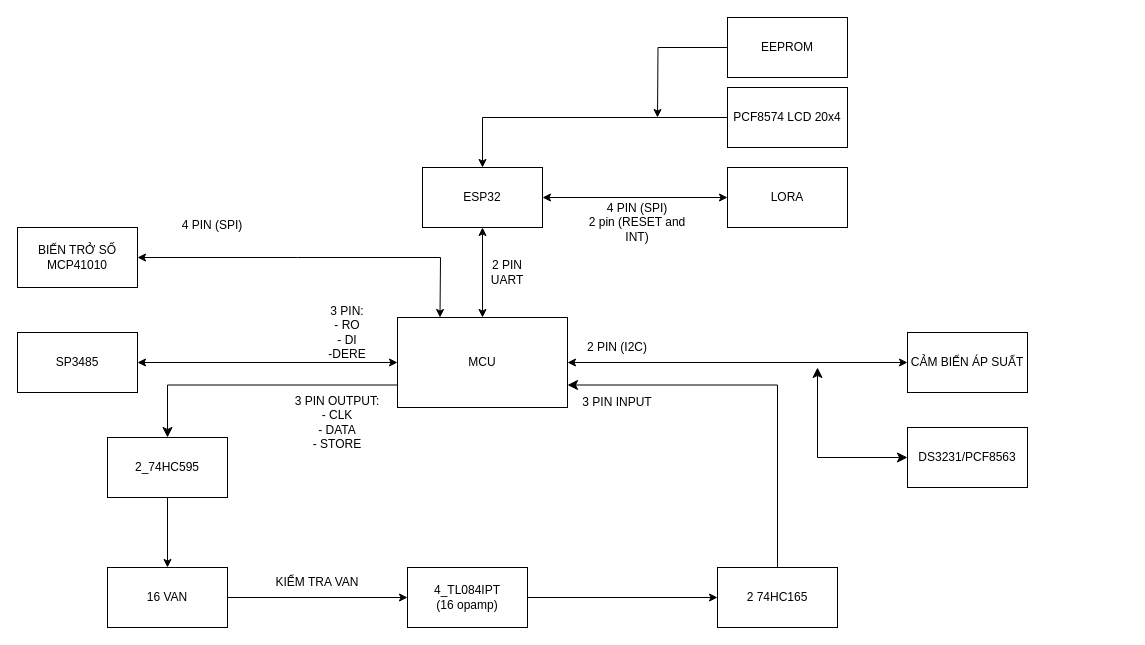
Before: page "Components and Pinout" (2 of 2) of Image/DongTamBlockDiagram.drawio in IoTVision/DongTamV2, a draw.io diagram. Source tidied: cells renumbered, new cells numbered last; positions are measured from the earlier drawing's top-left corner, leaving out a move shared by most shapes. Both pictures are drawn from the tidied source at 100%, with x=0, y=0 at pixel (17, 17).
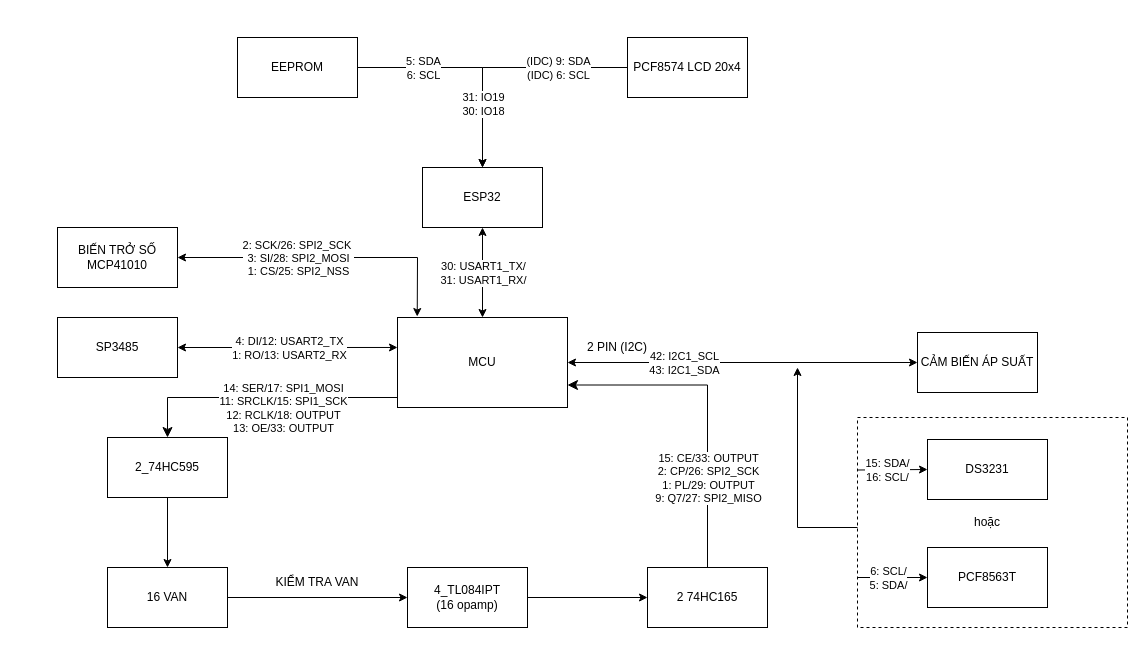
The same diagram, later.

Unchanged cells that the change refers to:
```xml
<mxCell id="2" value="MCU" style="rounded=0;whiteSpace=wrap;html=1;" parent="1" vertex="1">
  <mxGeometry x="380" y="300" width="170" height="90" as="geometry" />
</mxCell>
<mxCell id="4" value="2_74HC595" style="rounded=0;whiteSpace=wrap;html=1;" parent="1" vertex="1">
  <mxGeometry x="90" y="420" width="120" height="60" as="geometry" />
</mxCell>
<mxCell id="16" style="endArrow=classic;html=1;rounded=0;entryX=1;entryY=0.5;entryDx=0;entryDy=0;exitX=0;exitY=0.5;exitDx=0;exitDy=0;startArrow=classic;startFill=1;" parent="1" edge="1" source="15" target="2">
  <mxGeometry relative="1" as="geometry" />
</mxCell>
<mxCell id="26" value="ESP32" style="rounded=0;whiteSpace=wrap;html=1;" parent="1" vertex="1">
  <mxGeometry x="405" y="150" width="120" height="60" as="geometry" />
</mxCell>
<mxCell id="27" style="endArrow=classic;startArrow=classic;html=1;rounded=0;entryX=0.5;entryY=1;entryDx=0;entryDy=0;exitX=0.5;exitY=0;exitDx=0;exitDy=0;" parent="1" edge="1" source="2" target="26">
  <mxGeometry relative="1" as="geometry" />
</mxCell>
<mxCell id="32" style="edgeStyle=orthogonalEdgeStyle;rounded=0;jettySize=auto;html=1;exitX=0;exitY=0.5;exitDx=0;exitDy=0;entryX=0.5;entryY=0;entryDx=0;entryDy=0;" parent="1" edge="1" source="33" target="26">
  <mxGeometry relative="1" as="geometry" />
</mxCell>
```

Change to the diagram source:
```diff
@@
-    <mxCell id="6" style="edgeStyle=elbowEdgeStyle;elbow=horizontal;endArrow=classic;html=1;curved=0;rounded=0;endSize=8;startSize=8;exitX=0;exitY=0.75;exitDx=0;exitDy=0;entryX=0.5;entryY=0;entryDx=0;entryDy=0;" parent="1" edge="1" source="2" target="4">
+    <mxCell id="6" style="edgeStyle=elbowEdgeStyle;elbow=horizontal;endArrow=classic;html=1;curved=0;rounded=0;endSize=8;startSize=8;entryX=0.5;entryY=0;entryDx=0;entryDy=0;exitX=0;exitY=0.889;exitDx=0;exitDy=0;exitPerimeter=0;" parent="1" edge="1" source="2" target="4">
       <mxGeometry relative="1" as="geometry">
         <Array as="points">
           <mxPoint x="150" y="400" />
         </Array>
       </mxGeometry>
     </mxCell>
-    <mxCell id="7" value="3 PIN OUTPUT:&lt;br&gt;- CLK&lt;br&gt;- DATA&lt;br&gt;- STORE" style="text;html=1;strokeColor=none;fillColor=none;align=center;verticalAlign=middle;whiteSpace=wrap;rounded=0;" parent="1" vertex="1">
-      <mxGeometry x="260" y="370" width="120" height="70" as="geometry" />
-    </mxCell>
+    <mxCell id="36" value="14: SER/17: SPI1_MOSI&lt;br&gt;11: SRCLK/15: SPI1_SCK&lt;br&gt;12: RCLK/18: OUTPUT&lt;br&gt;13: OE/33: OUTPUT" style="edgeLabel;html=1;align=center;verticalAlign=middle;" parent="6" vertex="1">
+      <mxGeometry x="-0.15" relative="1" as="geometry">
+        <mxPoint y="10" as="offset" />
+      </mxGeometry>
+    </mxCell>
@@
     <mxCell id="11" value="2 74HC165" style="rounded=0;whiteSpace=wrap;html=1;" parent="1" vertex="1">
-      <mxGeometry x="700" y="550" width="120" height="60" as="geometry" />
+      <mxGeometry x="630" y="550" width="120" height="60" as="geometry" />
     </mxCell>
@@
     <mxCell id="13" style="edgeStyle=elbowEdgeStyle;elbow=horizontal;endArrow=classic;html=1;curved=0;rounded=0;endSize=8;startSize=8;entryX=1;entryY=0.75;entryDx=0;entryDy=0;exitX=0.5;exitY=0;exitDx=0;exitDy=0;" parent="1" edge="1" source="11" target="2">
       <mxGeometry relative="1" as="geometry">
         <Array as="points">
-          <mxPoint x="760" y="450" />
+          <mxPoint x="690" y="510" />
+          <mxPoint x="730" y="460" />
         </Array>
       </mxGeometry>
     </mxCell>
-    <mxCell id="14" value="3 PIN INPUT" style="text;html=1;strokeColor=none;fillColor=none;align=center;verticalAlign=middle;whiteSpace=wrap;rounded=0;" parent="1" vertex="1">
-      <mxGeometry x="560" y="370" width="80" height="30" as="geometry" />
-    </mxCell>
+    <mxCell id="37" value="15: CE/33: OUTPUT&lt;br&gt;2: CP/26: SPI2_SCK&lt;br&gt;1: PL/29: OUTPUT&lt;br&gt;9: Q7/27: SPI2_MISO" style="edgeLabel;html=1;align=center;verticalAlign=middle;" parent="13" vertex="1">
+      <mxGeometry x="-0.56" y="-1" relative="1" as="geometry">
+        <mxPoint x="-1" y="-19" as="offset" />
+      </mxGeometry>
+    </mxCell>
     <mxCell id="15" value="CẢM BIẾN ÁP SUẤT" style="rounded=0;whiteSpace=wrap;html=1;" parent="1" vertex="1">
-      <mxGeometry x="890" y="315" width="120" height="60" as="geometry" />
+      <mxGeometry x="900" y="315" width="120" height="60" as="geometry" />
     </mxCell>
@@
+    <mxCell id="38" value="42: I2C1_SCL&lt;br&gt;43: I2C1_SDA" style="edgeLabel;html=1;align=center;verticalAlign=middle;" parent="16" vertex="1">
+      <mxGeometry x="-0.26" y="-1" relative="1" as="geometry">
+        <mxPoint x="-104" y="1" as="offset" />
+      </mxGeometry>
+    </mxCell>
@@
-    <mxCell id="18" value="DS3231/PCF8563" style="rounded=0;whiteSpace=wrap;html=1;" parent="1" vertex="1">
-      <mxGeometry x="890" y="410" width="120" height="60" as="geometry" />
-    </mxCell>
-    <mxCell id="19" style="edgeStyle=elbowEdgeStyle;elbow=horizontal;endArrow=classic;html=1;curved=0;rounded=0;endSize=8;startSize=8;exitX=0;exitY=0.5;exitDx=0;exitDy=0;startArrow=classic;startFill=1;" parent="1" edge="1" source="18">
-      <mxGeometry relative="1" as="geometry">
-        <mxPoint x="800" y="350" as="targetPoint" />
-        <Array as="points">
-          <mxPoint x="800" y="390" />
-          <mxPoint x="830" y="400" />
-        </Array>
-      </mxGeometry>
-    </mxCell>
     <mxCell id="20" value="SP3485" style="rounded=0;whiteSpace=wrap;html=1;" parent="1" vertex="1">
-      <mxGeometry y="315" width="120" height="60" as="geometry" />
+      <mxGeometry x="40" y="300" width="120" height="60" as="geometry" />
     </mxCell>
-    <mxCell id="21" style="endArrow=classic;startArrow=classic;html=1;rounded=0;entryX=0;entryY=0.5;entryDx=0;entryDy=0;" parent="1" edge="1" source="20" target="2">
-      <mxGeometry relative="1" as="geometry" />
+    <mxCell id="21" style="endArrow=classic;startArrow=classic;html=1;rounded=0;entryX=0;entryY=0.333;entryDx=0;entryDy=0;entryPerimeter=0;" parent="1" edge="1" source="20" target="2">
+      <mxGeometry relative="1" as="geometry">
+        <Array as="points">
+          <mxPoint x="260" y="330" />
+        </Array>
+      </mxGeometry>
     </mxCell>
-    <mxCell id="22" value="3 PIN:&lt;br&gt;- RO&lt;br&gt;- DI&lt;br&gt;-DERE" style="text;html=1;strokeColor=none;fillColor=none;align=center;verticalAlign=middle;whiteSpace=wrap;rounded=0;" parent="1" vertex="1">
-      <mxGeometry x="270" y="290" width="120" height="50" as="geometry" />
-    </mxCell>
+    <mxCell id="39" value="4: DI/12: USART2_TX&lt;br&gt;1: RO/13: USART2_RX" style="edgeLabel;html=1;align=center;verticalAlign=middle;" parent="21" vertex="1">
+      <mxGeometry x="-0.52" y="-2" relative="1" as="geometry">
+        <mxPoint x="58" y="-2" as="offset" />
+      </mxGeometry>
+    </mxCell>
     <mxCell id="23" value="BIẾN TRỞ SỐ MCP41010" style="rounded=0;whiteSpace=wrap;html=1;" parent="1" vertex="1">
-      <mxGeometry y="210" width="120" height="60" as="geometry" />
+      <mxGeometry x="40" y="210" width="120" height="60" as="geometry" />
     </mxCell>
-    <mxCell id="24" style="endArrow=classic;startArrow=classic;html=1;rounded=0;exitX=1;exitY=0.5;exitDx=0;exitDy=0;entryX=0.25;entryY=0;entryDx=0;entryDy=0;" parent="1" edge="1" source="23" target="2">
+    <mxCell id="24" style="endArrow=classic;startArrow=classic;html=1;rounded=0;exitX=1;exitY=0.5;exitDx=0;exitDy=0;entryX=0.116;entryY=-0.011;entryDx=0;entryDy=0;entryPerimeter=0;" parent="1" edge="1" source="23" target="2">
       <mxGeometry relative="1" as="geometry">
         <Array as="points">
           <mxPoint x="280" y="240" />
-          <mxPoint x="423" y="240" />
+          <mxPoint x="400" y="240" />
         </Array>
       </mxGeometry>
     </mxCell>
-    <mxCell id="25" value="4 PIN (SPI)&lt;br&gt;&lt;br&gt;" style="text;html=1;strokeColor=none;fillColor=none;align=center;verticalAlign=middle;whiteSpace=wrap;rounded=0;" parent="1" vertex="1">
-      <mxGeometry x="140" y="200" width="110" height="30" as="geometry" />
-    </mxCell>
+    <mxCell id="40" value="2: SCK/26: SPI2_SCK&amp;nbsp;&lt;br&gt;3: SI/28: SPI2_MOSI&lt;br&gt;1: CS/25: SPI2_NSS&lt;br&gt;" style="edgeLabel;html=1;align=center;verticalAlign=middle;" parent="24" vertex="1">
+      <mxGeometry x="-0.33" y="-1" relative="1" as="geometry">
+        <mxPoint x="20" y="-1" as="offset" />
+      </mxGeometry>
+    </mxCell>
@@
-    <mxCell id="28" value="2 PIN&lt;br&gt;UART" style="text;html=1;strokeColor=none;fillColor=none;align=center;verticalAlign=middle;whiteSpace=wrap;rounded=0;" parent="1" vertex="1">
-      <mxGeometry x="460" y="240" width="60" height="30" as="geometry" />
-    </mxCell>
-    <mxCell id="29" value="LORA" style="rounded=0;whiteSpace=wrap;html=1;" parent="1" vertex="1">
-      <mxGeometry x="710" y="150" width="120" height="60" as="geometry" />
-    </mxCell>
-    <mxCell id="30" style="endArrow=classic;startArrow=classic;html=1;rounded=0;entryX=0;entryY=0.5;entryDx=0;entryDy=0;exitX=1;exitY=0.5;exitDx=0;exitDy=0;" parent="1" edge="1" source="26" target="29">
-      <mxGeometry relative="1" as="geometry" />
-    </mxCell>
-    <mxCell id="31" value="4 PIN (SPI)&lt;br&gt;2 pin (RESET and INT)" style="text;html=1;strokeColor=none;fillColor=none;align=center;verticalAlign=middle;whiteSpace=wrap;rounded=0;" parent="1" vertex="1">
-      <mxGeometry x="560" y="180" width="120" height="50" as="geometry" />
-    </mxCell>
+    <mxCell id="41" value="30: USART1_TX/&lt;br&gt;31: USART1_RX/" style="edgeLabel;html=1;align=center;verticalAlign=middle;" parent="27" vertex="1">
+      <mxGeometry x="0.37" y="-1" relative="1" as="geometry">
+        <mxPoint x="-1" y="17" as="offset" />
+      </mxGeometry>
+    </mxCell>
@@
+    <mxCell id="42" value="(IDC) 9: SDA&lt;br&gt;(IDC) 6: SCL" style="edgeLabel;html=1;align=center;verticalAlign=middle;" parent="32" vertex="1">
+      <mxGeometry x="-0.14" y="-1" relative="1" as="geometry">
+        <mxPoint x="35" y="1" as="offset" />
+      </mxGeometry>
+    </mxCell>
     <mxCell id="33" value="PCF8574 LCD 20x4" style="rounded=0;whiteSpace=wrap;html=1;" parent="1" vertex="1">
-      <mxGeometry x="710" y="70" width="120" height="60" as="geometry" />
+      <mxGeometry x="610" y="20" width="120" height="60" as="geometry" />
     </mxCell>
-    <mxCell id="34" style="edgeStyle=orthogonalEdgeStyle;rounded=0;jettySize=auto;html=1;exitX=0;exitY=0.5;exitDx=0;exitDy=0;" parent="1" edge="1" source="35">
-      <mxGeometry relative="1" as="geometry">
-        <mxPoint x="640" y="100" as="targetPoint" />
-      </mxGeometry>
-    </mxCell>
     <mxCell id="35" value="EEPROM" style="rounded=0;whiteSpace=wrap;html=1;" parent="1" vertex="1">
-      <mxGeometry x="710" width="120" height="60" as="geometry" />
+      <mxGeometry x="220" y="20" width="120" height="60" as="geometry" />
     </mxCell>
+    <mxCell id="43" style="edgeStyle=orthogonalEdgeStyle;rounded=0;jettySize=auto;html=1;exitX=1;exitY=0.5;exitDx=0;exitDy=0;entryX=0.5;entryY=0;entryDx=0;entryDy=0;" parent="1" edge="1" source="35" target="26">
+      <mxGeometry relative="1" as="geometry" />
+    </mxCell>
+    <mxCell id="44" value="5: SDA&lt;br&gt;6: SCL" style="edgeLabel;html=1;align=center;verticalAlign=middle;" parent="43" vertex="1">
+      <mxGeometry x="-0.64" y="-4" relative="1" as="geometry">
+        <mxPoint x="24" y="-4" as="offset" />
+      </mxGeometry>
+    </mxCell>
+    <mxCell id="45" value="31: IO19&lt;br&gt;30: IO18" style="edgeLabel;html=1;align=center;verticalAlign=middle;" parent="43" vertex="1">
+      <mxGeometry x="0.43" relative="1" as="geometry" />
+    </mxCell>
+    <mxCell id="46" style="group;" parent="1" vertex="1">
+      <mxGeometry x="840" y="400" width="270" height="210" as="geometry" />
+    </mxCell>
+    <mxCell id="47" style="rounded=0;whiteSpace=wrap;html=1;dashed=1;" parent="46" vertex="1">
+      <mxGeometry width="270" height="210" as="geometry" />
+    </mxCell>
+    <mxCell id="48" value="PCF8563T" style="rounded=0;whiteSpace=wrap;html=1;" parent="47" vertex="1">
+      <mxGeometry x="70" y="130" width="120" height="60" as="geometry" />
+    </mxCell>
+    <mxCell id="18" value="DS3231" style="rounded=0;whiteSpace=wrap;html=1;" parent="46" vertex="1">
+      <mxGeometry x="70" y="22" width="120" height="60" as="geometry" />
+    </mxCell>
+    <mxCell id="49" value="hoặc" style="text;html=1;strokeColor=none;fillColor=none;align=center;verticalAlign=middle;whiteSpace=wrap;rounded=0;" parent="46" vertex="1">
+      <mxGeometry x="100" y="90" width="60" height="30" as="geometry" />
+    </mxCell>
+    <mxCell id="50" style="endArrow=classic;html=1;rounded=0;entryX=0;entryY=0.5;entryDx=0;entryDy=0;exitX=0;exitY=0.25;exitDx=0;exitDy=0;" parent="46" edge="1" source="47" target="18">
+      <mxGeometry relative="1" as="geometry" />
+    </mxCell>
+    <mxCell id="51" value="15: SDA/&lt;br&gt;16: SCL/" style="edgeLabel;html=1;align=center;verticalAlign=middle;" parent="50" vertex="1">
+      <mxGeometry x="-0.32" y="1" relative="1" as="geometry">
+        <mxPoint x="6" y="1" as="offset" />
+      </mxGeometry>
+    </mxCell>
+    <mxCell id="52" style="endArrow=classic;html=1;rounded=0;entryX=0;entryY=0.5;entryDx=0;entryDy=0;" parent="46" edge="1">
+      <mxGeometry relative="1" as="geometry">
+        <mxPoint y="160" as="sourcePoint" />
+        <mxPoint x="70" y="160" as="targetPoint" />
+      </mxGeometry>
+    </mxCell>
+    <mxCell id="53" value="6: SCL/&lt;br&gt;5: SDA/" style="edgeLabel;html=1;align=center;verticalAlign=middle;" parent="52" vertex="1">
+      <mxGeometry x="-0.23" y="2" relative="1" as="geometry">
+        <mxPoint x="3" y="2" as="offset" />
+      </mxGeometry>
+    </mxCell>
+    <mxCell id="54" style="endArrow=classic;html=1;rounded=0;" parent="1" edge="1">
+      <mxGeometry relative="1" as="geometry">
+        <mxPoint x="780" y="510" as="sourcePoint" />
+        <mxPoint x="780" y="350" as="targetPoint" />
+      </mxGeometry>
+    </mxCell>
+    <mxCell id="55" style="endArrow=none;html=1;rounded=0;" parent="1" edge="1">
+      <mxGeometry relative="1" as="geometry">
+        <mxPoint x="780" y="510" as="sourcePoint" />
+        <mxPoint x="840" y="510" as="targetPoint" />
+      </mxGeometry>
+    </mxCell>
```
